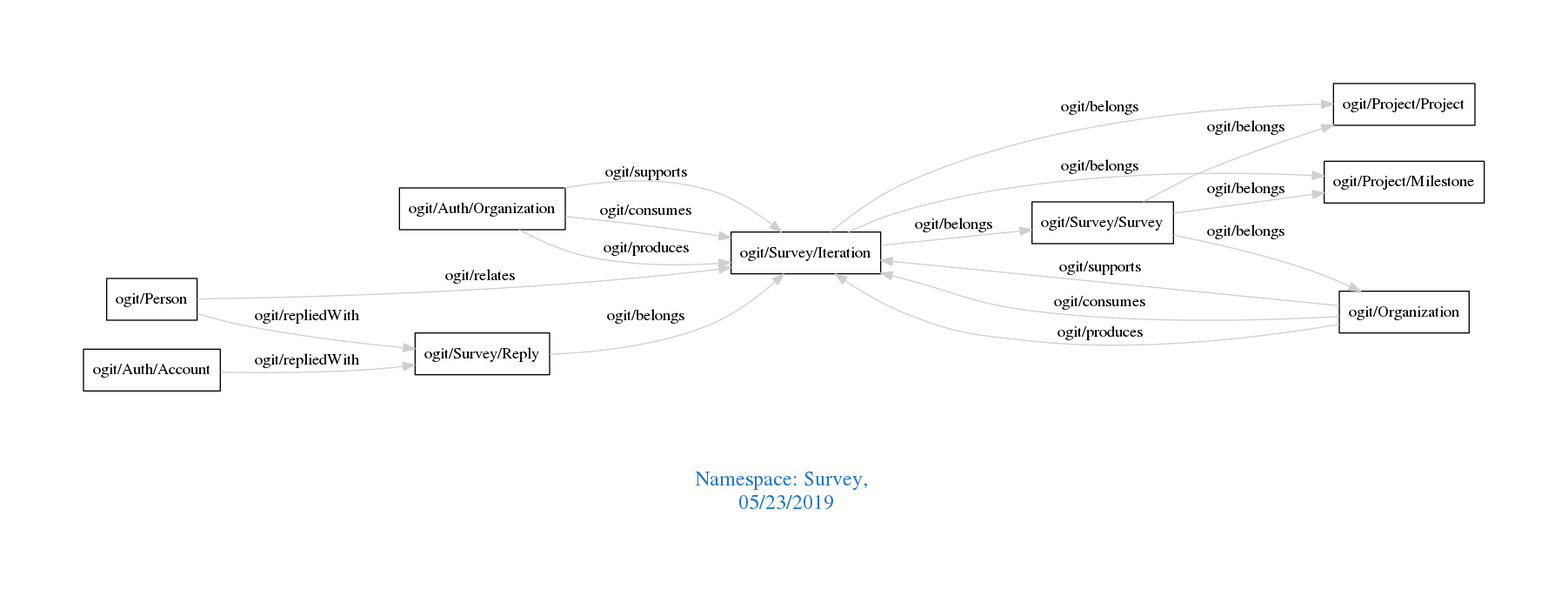
The Graphviz diagram downloads/Survey.png in arago/OGIT, before a commit. Its source is kept beside it as downloads/Survey.dot.
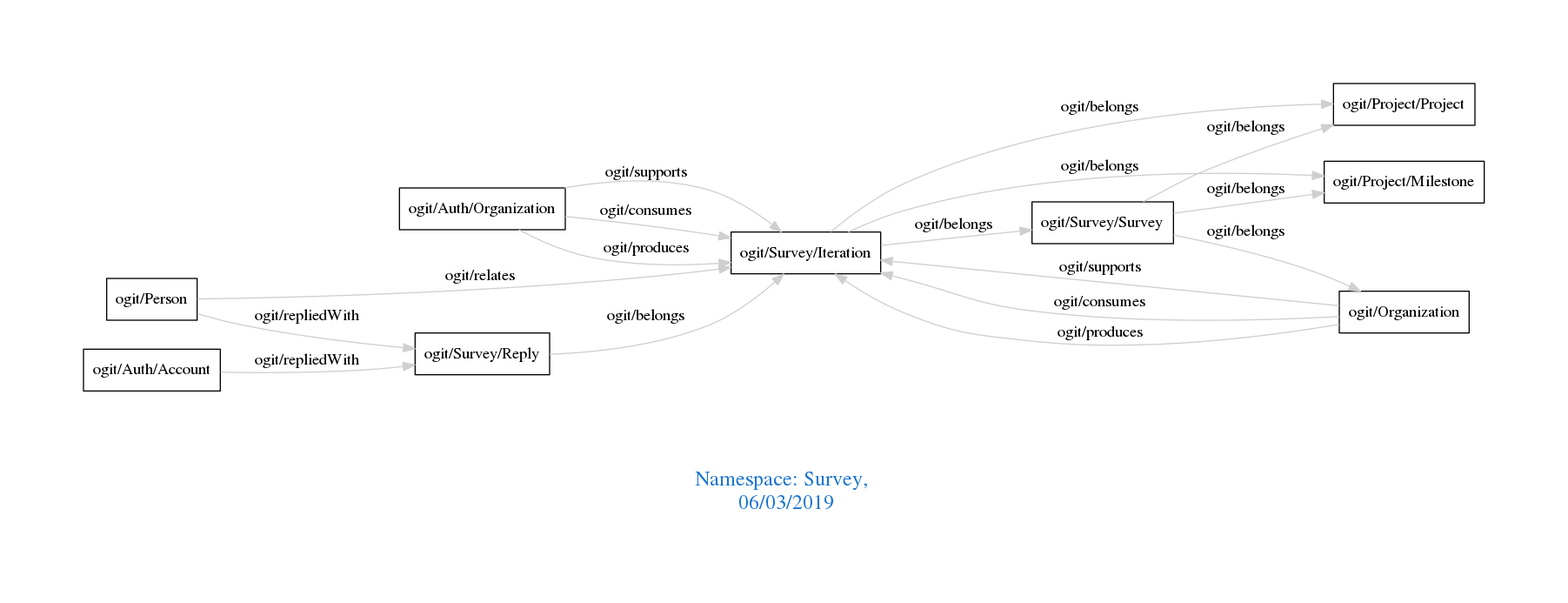
After the change.

Diff of the diagram source:
```diff
@@ -1,7 +1,7 @@
 digraph OGIT_ontology {
  graph [ rankdir= LR,pad=1
 fontsize = 18,
-fontcolor= dodgerblue3,label = "\n\n\nNamespace: Survey, \n 05/23/2019"];
+fontcolor= dodgerblue3,label = "\n\n\nNamespace: Survey, \n 06/03/2019"];
 node[shape=polygon];
 edge [  color="gray81"];
 
```
